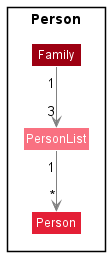
This is docs/images/FamilyComponent.png from nus-cs2113-AY2122S2/tp, a PlantUML export, as it was before one commit.
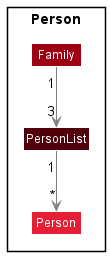
Above is the later version.

Diff of the diagram source:
```diff
@@ -3,7 +3,7 @@
 
 Package "Person" <<Rectangle>> {
     class Family MODEL_COLOR
-    class PersonList MODEL_COLOR_T1
+    class PersonList MODEL_COLOR_T3
     class Person  MODEL_COLOR_T2
 }
 
```
